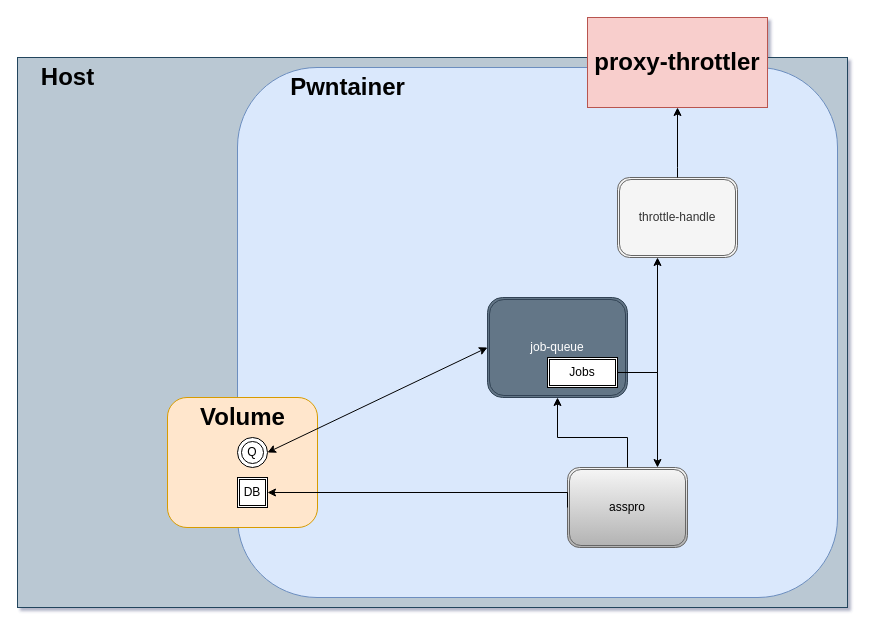
aristosMiliaressis/pwnctl keeps this draw.io diagram as img/pwntainer.drawio. Above is the earlier version. Source tidied: cells renumbered, new cells numbered last; positions are measured from the earlier drawing's top-left corner, leaving out a move shared by most shapes. Both pictures are drawn from the tidied source at 100%, with x=0, y=0 at pixel (17, 17).
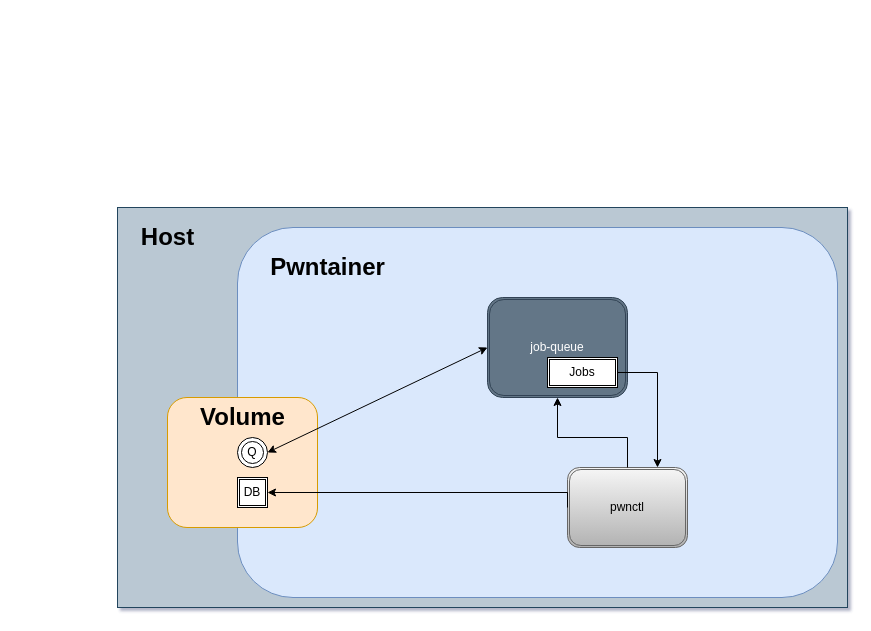
Above is the later version.

The change refers to these unchanged cells:
```xml
<mxCell id="12" value="job-queue" style="shape=ext;double=1;rounded=1;whiteSpace=wrap;html=1;fillColor=#647687;fontColor=#ffffff;strokeColor=#314354;" parent="1" vertex="1">
  <mxGeometry x="470" y="280" width="140" height="100" as="geometry" />
</mxCell>
<mxCell id="14" value="Q" style="ellipse;shape=doubleEllipse;whiteSpace=wrap;html=1;" parent="1" vertex="1">
  <mxGeometry x="220" y="420" width="30" height="30" as="geometry" />
</mxCell>
<mxCell id="19" value="Jobs" style="shape=ext;double=1;rounded=0;whiteSpace=wrap;html=1;" parent="1" vertex="1">
  <mxGeometry x="530" y="340" width="70" height="30" as="geometry" />
</mxCell>
```

Diff of the diagram source:
```diff
@@
     <mxCell id="2" style="rounded=0;whiteSpace=wrap;html=1;fillColor=#bac8d3;strokeColor=#23445d;" parent="1" vertex="1">
-      <mxGeometry y="40" width="830" height="550" as="geometry" />
+      <mxGeometry x="100" y="190" width="730" height="400" as="geometry" />
     </mxCell>
     <mxCell id="3" style="rounded=1;whiteSpace=wrap;html=1;fillColor=#dae8fc;strokeColor=#6c8ebf;" parent="1" vertex="1">
-      <mxGeometry x="220" y="50" width="600" height="530" as="geometry" />
+      <mxGeometry x="220" y="210" width="600" height="370" as="geometry" />
     </mxCell>
@@
     <mxCell id="5" value="Pwntainer" style="text;strokeColor=none;fillColor=none;html=1;fontSize=24;fontStyle=1;verticalAlign=middle;align=center;" parent="1" vertex="1">
-      <mxGeometry x="280" y="50" width="100" height="40" as="geometry" />
+      <mxGeometry x="260" y="230" width="100" height="40" as="geometry" />
     </mxCell>
@@
     <mxCell id="7" value="Host" style="text;strokeColor=none;fillColor=none;html=1;fontSize=24;fontStyle=1;verticalAlign=middle;align=center;" parent="1" vertex="1">
-      <mxGeometry y="40" width="100" height="40" as="geometry" />
+      <mxGeometry x="100" y="200" width="100" height="40" as="geometry" />
     </mxCell>
-    <mxCell id="8" value="&lt;span style=&quot;font-size: 24px ; font-weight: 700&quot;&gt;proxy-throttler&lt;/span&gt;" style="rounded=0;whiteSpace=wrap;html=1;fillColor=#f8cecc;strokeColor=#b85450;" parent="1" vertex="1">
-      <mxGeometry x="570" width="180" height="90" as="geometry" />
-    </mxCell>
-    <mxCell id="9" value="throttle-handle" style="shape=ext;double=1;rounded=1;whiteSpace=wrap;html=1;fillColor=#f5f5f5;fontColor=#333333;strokeColor=#666666;" parent="1" vertex="1">
-      <mxGeometry x="600" y="160" width="120" height="80" as="geometry" />
-    </mxCell>
-    <mxCell id="10" value="asspro" style="shape=ext;double=1;rounded=1;whiteSpace=wrap;html=1;fillColor=#f5f5f5;gradientColor=#b3b3b3;strokeColor=#666666;" parent="1" vertex="1">
+    <mxCell id="10" value="pwnctl" style="shape=ext;double=1;rounded=1;whiteSpace=wrap;html=1;fillColor=#f5f5f5;gradientColor=#b3b3b3;strokeColor=#666666;" parent="1" vertex="1">
       <mxGeometry x="550" y="450" width="120" height="80" as="geometry" />
     </mxCell>
-    <mxCell id="11" style="edgeStyle=segmentEdgeStyle;endArrow=classic;html=1;rounded=0;exitX=0.5;exitY=0;exitDx=0;exitDy=0;entryX=0.5;entryY=1;entryDx=0;entryDy=0;" parent="1" edge="1" source="9" target="8">
-      <mxGeometry relative="1" as="geometry">
-        <Array as="points">
-          <mxPoint x="660" y="150" />
-          <mxPoint x="660" y="150" />
-        </Array>
-      </mxGeometry>
-    </mxCell>
@@
-    <mxCell id="13" style="edgeStyle=segmentEdgeStyle;endArrow=classic;html=1;rounded=0;exitX=1;exitY=0.5;exitDx=0;exitDy=0;" parent="1" edge="1" source="19" target="9">
-      <mxGeometry relative="1" as="geometry">
-        <Array as="points">
-          <mxPoint x="640" y="355" />
-        </Array>
-      </mxGeometry>
-    </mxCell>
@@
-    <mxCell id="18" style="endArrow=classic;startArrow=classic;html=1;rounded=0;entryX=0;entryY=0.5;entryDx=0;entryDy=0;exitX=1;exitY=0.5;exitDx=0;exitDy=0;" parent="1" edge="1" source="14" target="12">
-      <mxGeometry relative="1" as="geometry" />
-    </mxCell>
@@
+    <mxCell id="18" style="endArrow=classic;startArrow=classic;html=1;rounded=0;exitX=1;exitY=0.5;exitDx=0;exitDy=0;entryX=0;entryY=0.5;entryDx=0;entryDy=0;" parent="1" edge="1" source="14" target="12">
+      <mxGeometry relative="1" as="geometry" />
+    </mxCell>
```
